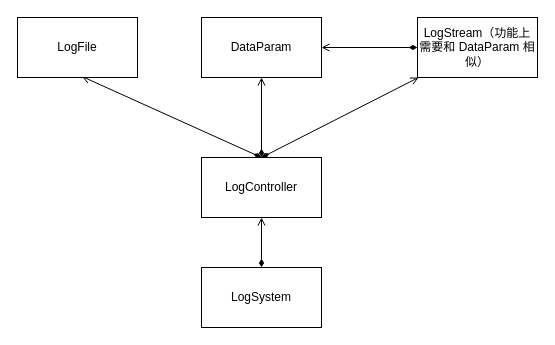
The draw.io diagram doc/wopes.drawio in Hoemu/wopes, before the edit. Source tidied: cells renumbered, new cells numbered last; positions are measured from the earlier drawing's top-left corner, leaving out a move shared by most shapes. Both pictures are drawn from the tidied source at 100%, with x=0, y=0 at pixel (17, 17).
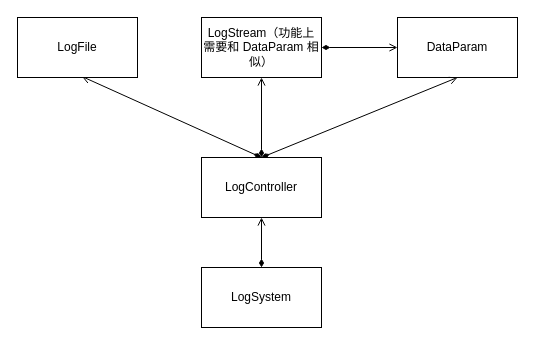
Above is the later version.

Commit message:
新增结构图

Diff of the diagram source:
```diff
@@
 <mxGraphModel>
   <root>
     <mxCell id="0" />
     <mxCell id="1" parent="0" />
     <mxCell id="2" value="DataParam" style="rounded=0;whiteSpace=wrap;html=1;" parent="1" vertex="1">
-      <mxGeometry x="184" width="120" height="60" as="geometry" />
+      <mxGeometry x="380" width="120" height="60" as="geometry" />
     </mxCell>
-    <mxCell id="3" style="rounded=0;jettySize=auto;html=1;entryX=0.5;entryY=1;entryDx=0;entryDy=0;startArrow=diamondThin;startFill=1;endArrow=open;endFill=0;exitX=0.5;exitY=0;exitDx=0;exitDy=0;" parent="1" edge="1" source="6" target="2">
-      <mxGeometry relative="1" as="geometry" />
-    </mxCell>
     <mxCell id="4" style="rounded=0;jettySize=auto;html=1;startArrow=diamondThin;startFill=1;endArrow=open;endFill=0;exitX=0.5;exitY=0;exitDx=0;exitDy=0;entryX=0.537;entryY=0.983;entryDx=0;entryDy=0;entryPerimeter=0;exitPerimeter=0;" parent="1" edge="1" source="6" target="7">
       <mxGeometry relative="1" as="geometry" />
     </mxCell>
     <mxCell id="5" style="rounded=0;jettySize=auto;html=1;startArrow=diamondThin;startFill=1;endArrow=open;endFill=0;exitX=0.5;exitY=0;exitDx=0;exitDy=0;" parent="1" edge="1" source="6" target="11">
       <mxGeometry relative="1" as="geometry" />
     </mxCell>
+    <mxCell id="3" style="rounded=0;jettySize=auto;html=1;entryX=0.5;entryY=1;entryDx=0;entryDy=0;startArrow=diamondThin;startFill=1;endArrow=open;endFill=0;exitX=0.5;exitY=0;exitDx=0;exitDy=0;" parent="1" edge="1" source="6" target="2">
+      <mxGeometry relative="1" as="geometry" />
+    </mxCell>
     <mxCell id="6" value="LogController" style="whiteSpace=wrap;html=1;rounded=0;" parent="1" vertex="1">
       <mxGeometry x="184" y="140" width="120" height="60" as="geometry" />
     </mxCell>
     <mxCell id="7" value="LogFile" style="whiteSpace=wrap;html=1;rounded=0;" parent="1" vertex="1">
       <mxGeometry width="120" height="60" as="geometry" />
     </mxCell>
     <mxCell id="8" style="rounded=0;jettySize=auto;html=1;entryX=0.5;entryY=1;entryDx=0;entryDy=0;startArrow=diamondThin;startFill=1;endArrow=open;endFill=0;exitX=0.5;exitY=0;exitDx=0;exitDy=0;" parent="1" edge="1" source="9" target="6">
       <mxGeometry relative="1" as="geometry" />
     </mxCell>
     <mxCell id="9" value="LogSystem" style="whiteSpace=wrap;html=1;rounded=0;" parent="1" vertex="1">
       <mxGeometry x="184" y="250" width="120" height="60" as="geometry" />
     </mxCell>
-    <mxCell id="10" style="rounded=0;jettySize=auto;html=1;entryX=1;entryY=0.5;entryDx=0;entryDy=0;startArrow=diamondThin;startFill=1;endArrow=open;endFill=0;" parent="1" edge="1" source="11" target="2">
+    <mxCell id="10" style="rounded=0;jettySize=auto;html=1;entryX=0;entryY=0.5;entryDx=0;entryDy=0;startArrow=diamondThin;startFill=1;endArrow=open;endFill=0;" parent="1" edge="1" source="11" target="2">
       <mxGeometry relative="1" as="geometry" />
     </mxCell>
     <mxCell id="11" value="LogStream（功能上需要和 DataParam 相似）" style="whiteSpace=wrap;html=1;rounded=0;" parent="1" vertex="1">
-      <mxGeometry x="400" width="120" height="60" as="geometry" />
+      <mxGeometry x="184" width="120" height="60" as="geometry" />
     </mxCell>
   </root>
 </mxGraphModel>
```
